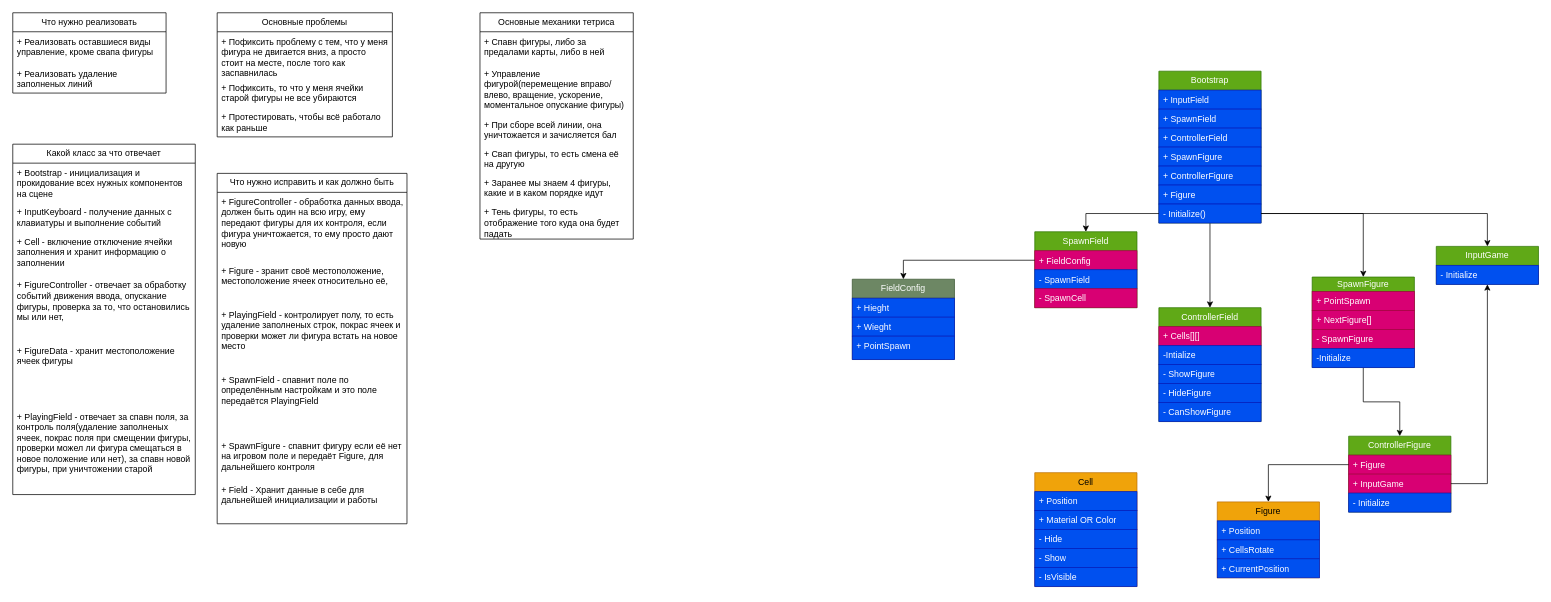
This is TetrisGame.drawio from Bablakov/Tetris, a draw.io file, before an edit. Source tidied: cells renumbered, new cells numbered last; positions are measured from the earlier drawing's top-left corner, leaving out a move shared by most shapes. Both pictures are drawn from the tidied source at 73%, with x=0, y=0 at pixel (12, 12).
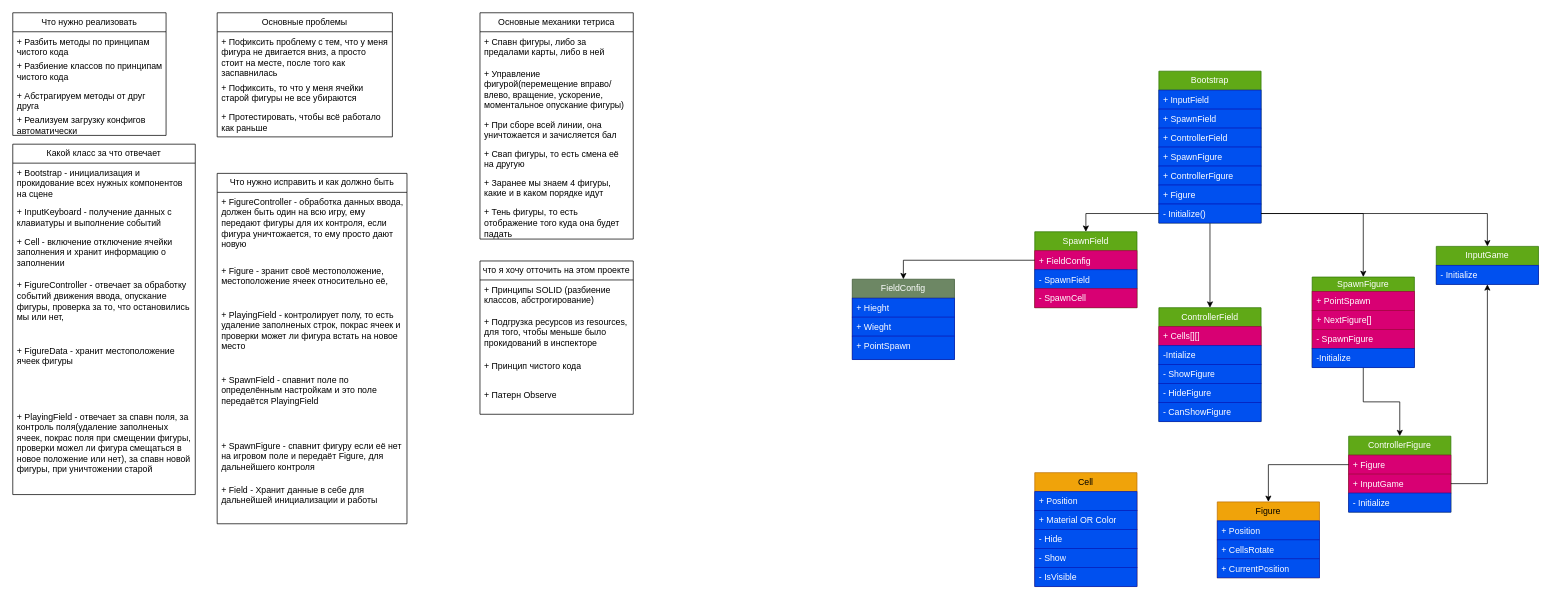
The same diagram, later.

The edit, as a diff of the source:
```diff
@@
     <mxCell id="2" value="Что нужно реализовать" style="swimlane;fontStyle=0;horizontal=1;startSize=26;fillColor=none;whiteSpace=wrap;html=1;" parent="1" vertex="1">
-      <mxGeometry width="210" height="110" as="geometry" />
+      <mxGeometry width="210" height="168" as="geometry" />
     </mxCell>
+    <mxCell id="4" value="&lt;div&gt;+ Разбить методы по принципам чистого кода&lt;/div&gt;" style="text;strokeColor=none;fillColor=none;align=left;verticalAlign=top;spacingLeft=4;spacingRight=4;overflow=hidden;whiteSpace=wrap;html=1;" parent="2" vertex="1">
+      <mxGeometry y="26" width="210" height="34" as="geometry" />
+    </mxCell>
+    <mxCell id="81" value="&lt;div&gt;+ Разбиение классов по принципам чистого кода&lt;/div&gt;" style="text;strokeColor=none;fillColor=none;align=left;verticalAlign=top;spacingLeft=4;spacingRight=4;overflow=hidden;whiteSpace=wrap;html=1;" parent="2" vertex="1">
+      <mxGeometry y="60" width="210" height="40" as="geometry" />
+    </mxCell>
+    <mxCell id="82" value="+ Абстрагируем методы от друг друга" style="text;strokeColor=none;fillColor=none;align=left;verticalAlign=top;spacingLeft=4;spacingRight=4;overflow=hidden;whiteSpace=wrap;html=1;" parent="2" vertex="1">
+      <mxGeometry y="100" width="210" height="34" as="geometry" />
+    </mxCell>
-    <mxCell id="3" value="+ Реализовать оставшиеся виды управление, кроме свапа фигуры" style="text;strokeColor=none;fillColor=none;align=left;verticalAlign=top;spacingLeft=4;spacingRight=4;overflow=hidden;whiteSpace=wrap;html=1;" parent="2" vertex="1">
-      <mxGeometry y="26" width="210" height="44" as="geometry" />
+    <mxCell id="3" value="+ Реализуем загрузку конфигов автоматически" style="text;strokeColor=none;fillColor=none;align=left;verticalAlign=top;spacingLeft=4;spacingRight=4;overflow=hidden;whiteSpace=wrap;html=1;" parent="2" vertex="1">
+      <mxGeometry y="134" width="210" height="34" as="geometry" />
     </mxCell>
-    <mxCell id="4" value="&lt;div&gt;+ Реализовать удаление заполненых линий&lt;/div&gt;" style="text;strokeColor=none;fillColor=none;align=left;verticalAlign=top;spacingLeft=4;spacingRight=4;overflow=hidden;whiteSpace=wrap;html=1;" parent="2" vertex="1">
-      <mxGeometry y="70" width="210" height="40" as="geometry" />
-    </mxCell>
@@
+    <mxCell id="83" value="что я хочу отточить на этом проекте" style="swimlane;fontStyle=0;horizontal=1;startSize=26;fillColor=none;whiteSpace=wrap;html=1;" parent="1" vertex="1">
+      <mxGeometry x="640" y="340" width="210" height="210" as="geometry" />
+    </mxCell>
+    <mxCell id="84" value="+ Принципы SOLID (разбиение классов, абстрогирование)" style="text;strokeColor=none;fillColor=none;align=left;verticalAlign=top;spacingLeft=4;spacingRight=4;overflow=hidden;whiteSpace=wrap;html=1;" parent="83" vertex="1">
+      <mxGeometry y="26" width="210" height="44" as="geometry" />
+    </mxCell>
+    <mxCell id="85" value="&lt;div&gt;+ Подгрузка ресурсов из resources, для того, чтобы меньше было прокидований в инспекторе&lt;/div&gt;" style="text;strokeColor=none;fillColor=none;align=left;verticalAlign=top;spacingLeft=4;spacingRight=4;overflow=hidden;whiteSpace=wrap;html=1;" parent="83" vertex="1">
+      <mxGeometry y="70" width="210" height="60" as="geometry" />
+    </mxCell>
+    <mxCell id="86" value="+ Принцип чистого кода" style="text;strokeColor=none;fillColor=none;align=left;verticalAlign=top;spacingLeft=4;spacingRight=4;overflow=hidden;whiteSpace=wrap;html=1;" parent="83" vertex="1">
+      <mxGeometry y="130" width="210" height="40" as="geometry" />
+    </mxCell>
+    <mxCell id="87" value="+ Патерн Observe" style="text;strokeColor=none;fillColor=none;align=left;verticalAlign=top;spacingLeft=4;spacingRight=4;overflow=hidden;whiteSpace=wrap;html=1;" parent="83" vertex="1">
+      <mxGeometry y="170" width="210" height="40" as="geometry" />
+    </mxCell>
```
